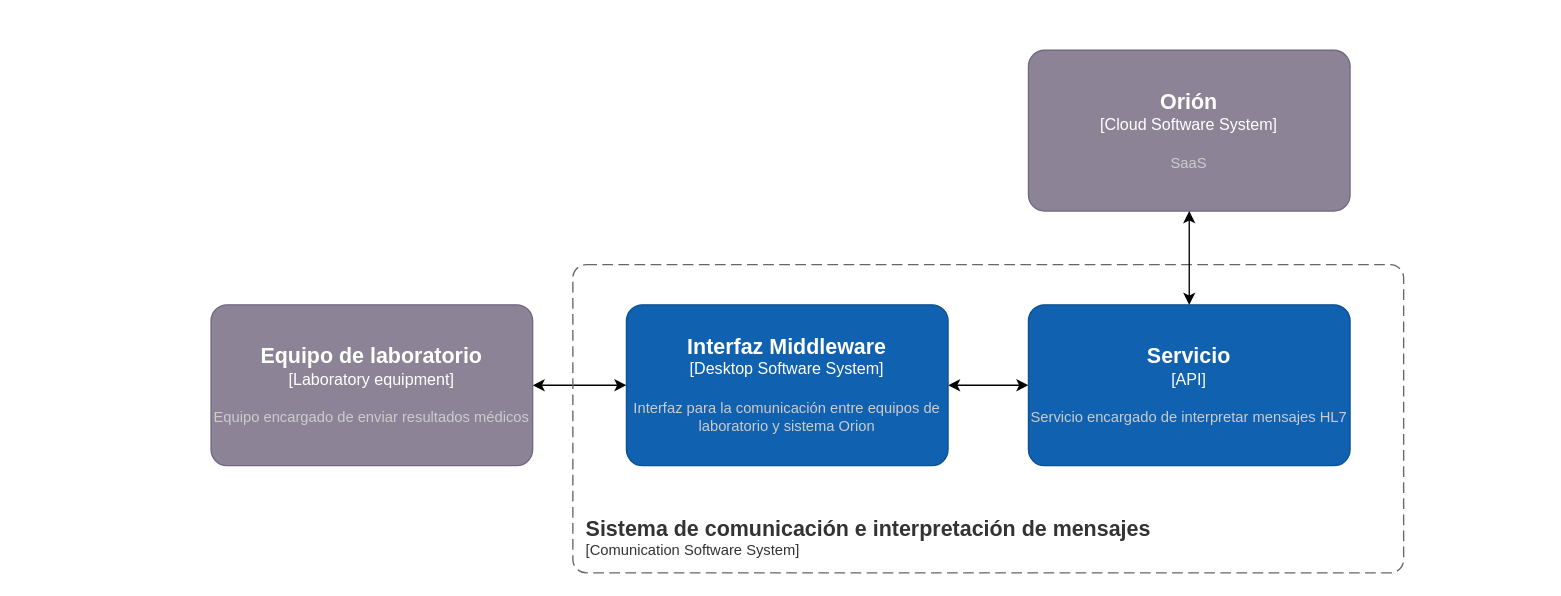
The draw.io diagram page "Contenedores" (2 of 4) of Diagramas/TIC.drawio in GiulianAlbuja/TIC, before the edit. Source tidied: cells renumbered, new cells numbered last; positions are measured from the earlier drawing's top-left corner, leaving out a move shared by most shapes. Both pictures are drawn from the tidied source at 134%, with x=0, y=0 at pixel (210, 50).
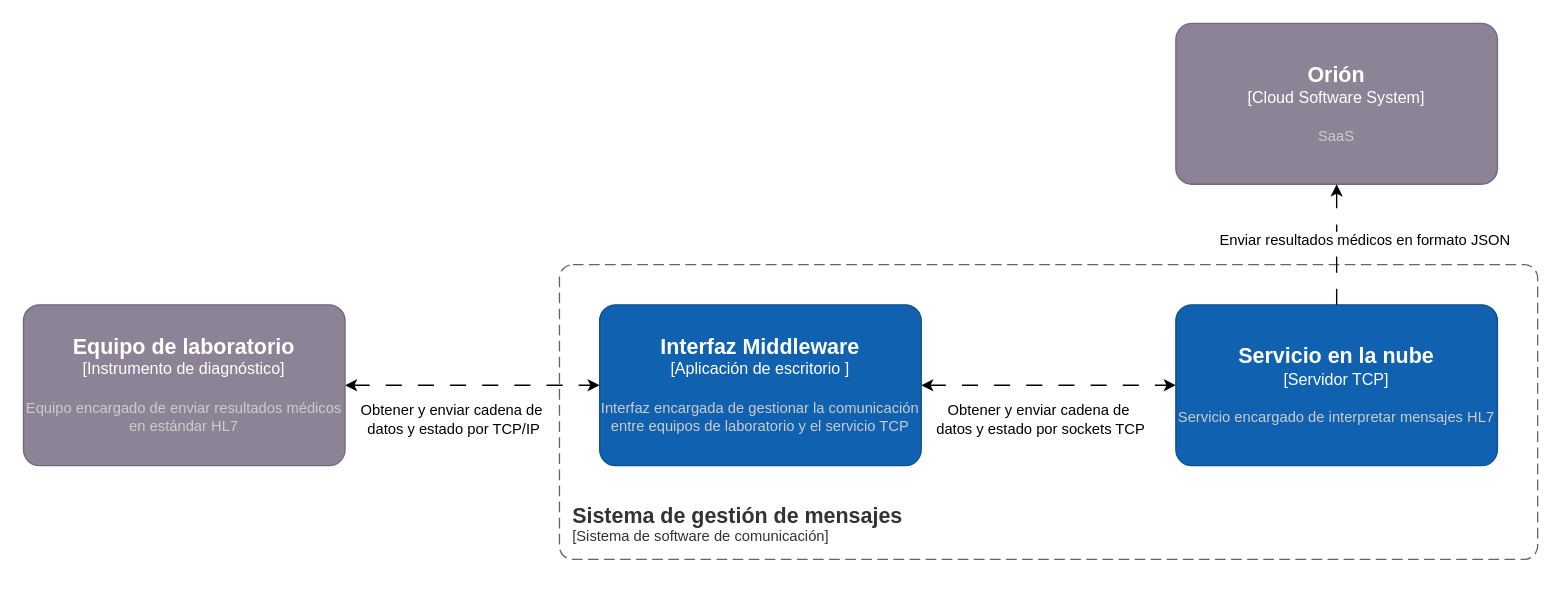
The same page after the edit.

The edit, as a diff of the source:
```diff
@@
 <mxGraphModel>
   <root>
     <mxCell id="0" />
     <mxCell id="1" parent="0" />
-    <mxCell id="2" style="edgeStyle=orthogonalEdgeStyle;rounded=0;jettySize=auto;html=1;exitX=1;exitY=0.5;exitDx=0;exitDy=0;exitPerimeter=0;entryX=0;entryY=0.5;entryDx=0;entryDy=0;entryPerimeter=0;startArrow=classic;startFill=1;" parent="1" edge="1" source="3" target="4">
+    <mxCell id="2" style="edgeStyle=orthogonalEdgeStyle;rounded=0;jettySize=auto;html=1;exitX=1;exitY=0.5;exitDx=0;exitDy=0;exitPerimeter=0;entryX=0;entryY=0.5;entryDx=0;entryDy=0;entryPerimeter=0;startArrow=classic;startFill=1;dashed=1;dashPattern=12 12;" parent="1" edge="1" source="3" target="4">
       <mxGeometry relative="1" as="geometry" />
     </mxCell>
+    <mxCell id="10" value="Obtener y enviar cadena de&amp;nbsp;&lt;div&gt;datos y estado por sockets TCP&lt;/div&gt;" style="edgeLabel;html=1;align=center;verticalAlign=middle;" parent="2" vertex="1">
+      <mxGeometry x="-0.21" y="1" relative="1" as="geometry">
+        <mxPoint x="13" y="26" as="offset" />
+      </mxGeometry>
+    </mxCell>
-    <object id="3" label="&lt;font style=&quot;font-size: 16px&quot;&gt;&lt;b&gt;%c4Name%&lt;/b&gt;&lt;/font&gt;&lt;div&gt;[%c4Type%]&lt;/div&gt;&lt;br&gt;&lt;div&gt;&lt;font style=&quot;font-size: 11px&quot;&gt;&lt;font color=&quot;#cccccc&quot;&gt;%c4Description%&lt;/font&gt;&lt;/div&gt;" c4Description="Interfaz para la comunicación entre equipos de laboratorio y sistema Orion" c4Name="Interfaz Middleware" c4Type="Desktop Software System" placeholders="1">
+    <object id="3" label="&lt;font style=&quot;font-size: 16px&quot;&gt;&lt;b&gt;%c4Name%&lt;/b&gt;&lt;/font&gt;&lt;div&gt;[%c4Type%]&lt;/div&gt;&lt;br&gt;&lt;div&gt;&lt;font style=&quot;font-size: 11px&quot;&gt;&lt;font color=&quot;#cccccc&quot;&gt;%c4Description%&lt;/font&gt;&lt;/div&gt;" c4Description="Interfaz encargada de gestionar la comunicación entre equipos de laboratorio y el servicio TCP" c4Name="Interfaz Middleware" c4Type="Aplicación de escritorio " placeholders="1">
       <mxCell style="rounded=1;whiteSpace=wrap;html=1;labelBackgroundColor=none;fillColor=#1061B0;fontColor=#ffffff;align=center;arcSize=10;strokeColor=#0D5091;points=[[0.25,0,0],[0.5,0,0],[0.75,0,0],[1,0.25,0],[1,0.5,0],[1,0.75,0],[0.75,1,0],[0.5,1,0],[0.25,1,0],[0,0.75,0],[0,0.5,0],[0,0.25,0]];" parent="1" vertex="1">
-        <mxGeometry x="310" y="190" width="240" height="120" as="geometry" />
+        <mxGeometry x="290" y="190" width="240" height="120" as="geometry" />
       </mxCell>
     </object>
-    <object id="4" label="&lt;font style=&quot;font-size: 16px&quot;&gt;&lt;b&gt;%c4Name%&lt;/b&gt;&lt;/font&gt;&lt;div&gt;[%c4Type%]&lt;/div&gt;&lt;br&gt;&lt;div&gt;&lt;font style=&quot;font-size: 11px&quot;&gt;&lt;font color=&quot;#cccccc&quot;&gt;%c4Description%&lt;/font&gt;&lt;/div&gt;" c4Description="Servicio encargado de interpretar mensajes HL7" c4Name="Servicio" c4Type="API" placeholders="1">
+    <object id="4" label="&lt;font style=&quot;font-size: 16px&quot;&gt;&lt;b&gt;%c4Name%&lt;/b&gt;&lt;/font&gt;&lt;div&gt;[%c4Type%]&lt;/div&gt;&lt;br&gt;&lt;div&gt;&lt;font style=&quot;font-size: 11px&quot;&gt;&lt;font color=&quot;#cccccc&quot;&gt;%c4Description%&lt;/font&gt;&lt;/div&gt;" c4Description="Servicio encargado de interpretar mensajes HL7" c4Name="Servicio en la nube" c4Type="Servidor TCP" placeholders="1">
       <mxCell style="rounded=1;whiteSpace=wrap;html=1;labelBackgroundColor=none;fillColor=#1061B0;fontColor=#ffffff;align=center;arcSize=10;strokeColor=#0D5091;points=[[0.25,0,0],[0.5,0,0],[0.75,0,0],[1,0.25,0],[1,0.5,0],[1,0.75,0],[0.75,1,0],[0.5,1,0],[0.25,1,0],[0,0.75,0],[0,0.5,0],[0,0.25,0]];" parent="1" vertex="1">
-        <mxGeometry x="610" y="190" width="240" height="120" as="geometry" />
+        <mxGeometry x="720" y="190" width="240" height="120" as="geometry" />
       </mxCell>
     </object>
-    <mxCell id="5" style="edgeStyle=orthogonalEdgeStyle;rounded=0;jettySize=auto;html=1;entryX=0;entryY=0.5;entryDx=0;entryDy=0;entryPerimeter=0;startArrow=classic;startFill=1;" parent="1" edge="1" source="6" target="3">
+    <mxCell id="5" style="edgeStyle=orthogonalEdgeStyle;rounded=0;jettySize=auto;html=1;entryX=0;entryY=0.5;entryDx=0;entryDy=0;entryPerimeter=0;startArrow=classic;startFill=1;dashed=1;dashPattern=12 12;" parent="1" edge="1" source="6" target="3">
       <mxGeometry relative="1" as="geometry" />
     </mxCell>
+    <mxCell id="11" value="Obtener y enviar cadena de&amp;nbsp;&lt;div&gt;datos y estado por TCP/IP&lt;/div&gt;" style="edgeLabel;html=1;align=center;verticalAlign=middle;" parent="5" vertex="1">
+      <mxGeometry x="-0.25" y="-1" relative="1" as="geometry">
+        <mxPoint x="9" y="24" as="offset" />
+      </mxGeometry>
+    </mxCell>
-    <object id="6" label="&lt;font style=&quot;font-size: 16px&quot;&gt;&lt;b&gt;%c4Name%&lt;/b&gt;&lt;/font&gt;&lt;div&gt;[%c4Type%]&lt;/div&gt;&lt;br&gt;&lt;div&gt;&lt;font style=&quot;font-size: 11px&quot;&gt;&lt;font color=&quot;#cccccc&quot;&gt;%c4Description%&lt;/font&gt;&lt;/div&gt;" c4Description="Equipo encargado de enviar resultados médicos" c4Name="Equipo de laboratorio" c4Type="Laboratory equipment" placeholders="1">
+    <object id="6" label="&lt;font style=&quot;font-size: 16px&quot;&gt;&lt;b&gt;%c4Name%&lt;/b&gt;&lt;/font&gt;&lt;div&gt;[%c4Type%]&lt;/div&gt;&lt;br&gt;&lt;div&gt;&lt;font style=&quot;font-size: 11px&quot;&gt;&lt;font color=&quot;#cccccc&quot;&gt;%c4Description%&lt;/font&gt;&lt;/div&gt;" c4Description="Equipo encargado de enviar resultados médicos en estándar HL7" c4Name="Equipo de laboratorio" c4Type="Instrumento de diagnóstico" placeholders="1">
       <mxCell style="rounded=1;whiteSpace=wrap;html=1;labelBackgroundColor=none;fillColor=#8C8496;fontColor=#ffffff;align=center;arcSize=10;strokeColor=#736782;points=[[0.25,0,0],[0.5,0,0],[0.75,0,0],[1,0.25,0],[1,0.5,0],[1,0.75,0],[0.75,1,0],[0.5,1,0],[0.25,1,0],[0,0.75,0],[0,0.5,0],[0,0.25,0]];" parent="1" vertex="1">
-        <mxGeometry y="190" width="240" height="120" as="geometry" />
+        <mxGeometry x="-140" y="190" width="240" height="120" as="geometry" />
       </mxCell>
     </object>
-    <object id="7" label="&lt;font style=&quot;font-size: 16px&quot;&gt;&lt;b&gt;&lt;div style=&quot;text-align: left&quot;&gt;%c4Name%&lt;/div&gt;&lt;/b&gt;&lt;/font&gt;&lt;div style=&quot;text-align: left&quot;&gt;[%c4Application%]&lt;/div&gt;" c4Application="Comunication Software System" c4Name="Sistema de comunicación e interpretación de mensajes" placeholders="1">
+    <object id="7" label="&lt;font style=&quot;font-size: 16px&quot;&gt;&lt;b&gt;&lt;div style=&quot;text-align: left&quot;&gt;%c4Name%&lt;/div&gt;&lt;/b&gt;&lt;/font&gt;&lt;div style=&quot;text-align: left&quot;&gt;[%c4Application%]&lt;/div&gt;" c4Application="Sistema de software de comunicación" c4Name="Sistema de gestión de mensajes" placeholders="1">
       <mxCell style="rounded=1;fontSize=11;whiteSpace=wrap;html=1;dashed=1;arcSize=20;fillColor=none;strokeColor=#666666;fontColor=#333333;labelBackgroundColor=none;align=left;verticalAlign=bottom;labelBorderColor=none;spacingTop=0;spacing=10;dashPattern=8 4;perimeter=rectanglePerimeter;noLabel=0;labelPadding=0;absoluteArcSize=1;" parent="1" vertex="1">
-        <mxGeometry x="270" y="160" width="620" height="230" as="geometry" />
+        <mxGeometry x="260" y="160" width="730" height="220" as="geometry" />
       </mxCell>
     </object>
     <object id="8" label="&lt;font style=&quot;font-size: 16px&quot;&gt;&lt;b&gt;%c4Name%&lt;/b&gt;&lt;/font&gt;&lt;div&gt;[%c4Type%]&lt;/div&gt;&lt;br&gt;&lt;div&gt;&lt;font style=&quot;font-size: 11px&quot;&gt;&lt;font color=&quot;#cccccc&quot;&gt;%c4Description%&lt;/font&gt;&lt;/div&gt;" c4Description="SaaS" c4Name="Orión" c4Type="Cloud Software System" placeholders="1">
       <mxCell style="rounded=1;whiteSpace=wrap;html=1;labelBackgroundColor=none;fillColor=#8C8496;fontColor=#ffffff;align=center;arcSize=10;strokeColor=#736782;points=[[0.25,0,0],[0.5,0,0],[0.75,0,0],[1,0.25,0],[1,0.5,0],[1,0.75,0],[0.75,1,0],[0.5,1,0],[0.25,1,0],[0,0.75,0],[0,0.5,0],[0,0.25,0]];" parent="1" vertex="1">
-        <mxGeometry x="610" width="240" height="120" as="geometry" />
+        <mxGeometry x="720" y="-20" width="240" height="120" as="geometry" />
       </mxCell>
     </object>
-    <mxCell id="9" style="edgeStyle=orthogonalEdgeStyle;rounded=0;jettySize=auto;html=1;entryX=0.5;entryY=1;entryDx=0;entryDy=0;entryPerimeter=0;startArrow=classic;startFill=1;" parent="1" edge="1" source="4" target="8">
+    <mxCell id="9" style="edgeStyle=orthogonalEdgeStyle;rounded=0;jettySize=auto;html=1;entryX=0.5;entryY=1;entryDx=0;entryDy=0;entryPerimeter=0;startArrow=none;startFill=0;dashed=1;dashPattern=12 12;" parent="1" edge="1" source="4" target="8">
       <mxGeometry relative="1" as="geometry" />
     </mxCell>
+    <mxCell id="12" value="Enviar resultados médicos en formato JSON" style="edgeLabel;html=1;align=center;verticalAlign=middle;" parent="9" vertex="1">
+      <mxGeometry x="0.25" y="-1" relative="1" as="geometry">
+        <mxPoint x="19" y="7" as="offset" />
+      </mxGeometry>
+    </mxCell>
   </root>
 </mxGraphModel>
```
